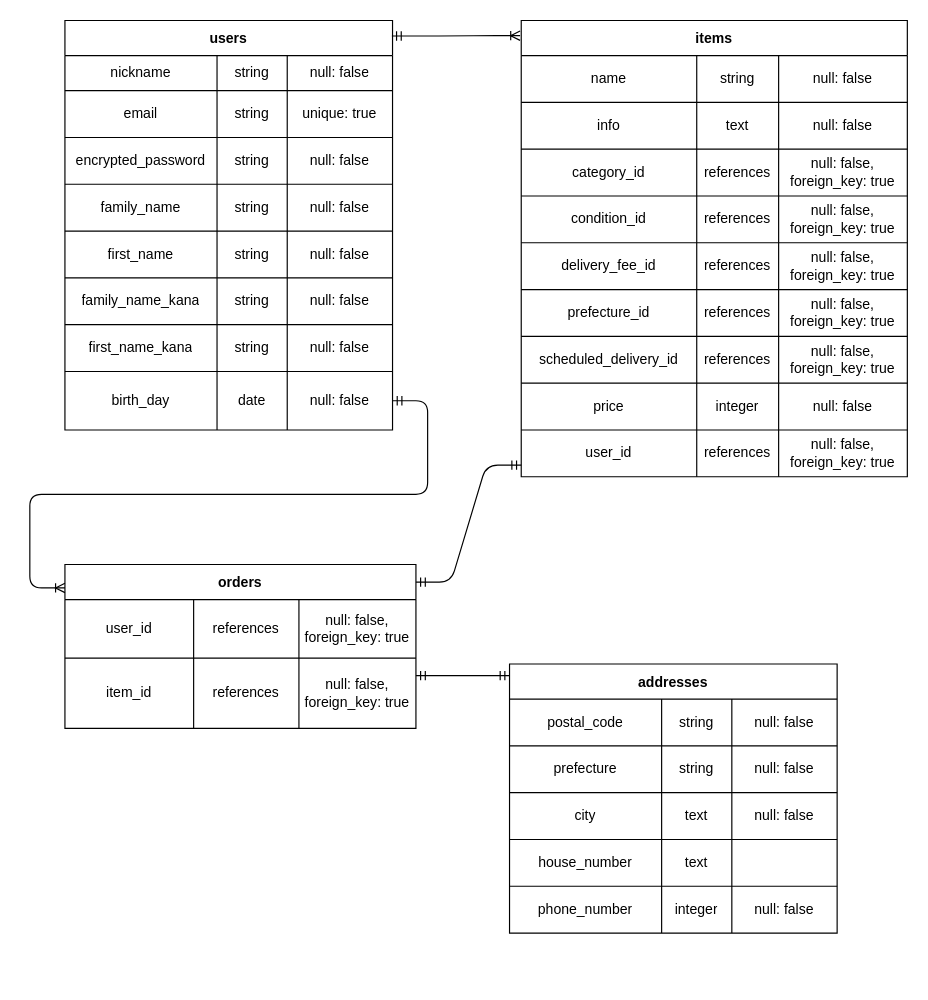
Before: furima.dio in shunpikun/furima-36852, a draw.io diagram. Source tidied: cells renumbered, new cells numbered last; positions are measured from the earlier drawing's top-left corner, leaving out a move shared by most shapes. Both pictures are drawn from the tidied source at 117%, with x=0, y=0 at pixel (64, 20).
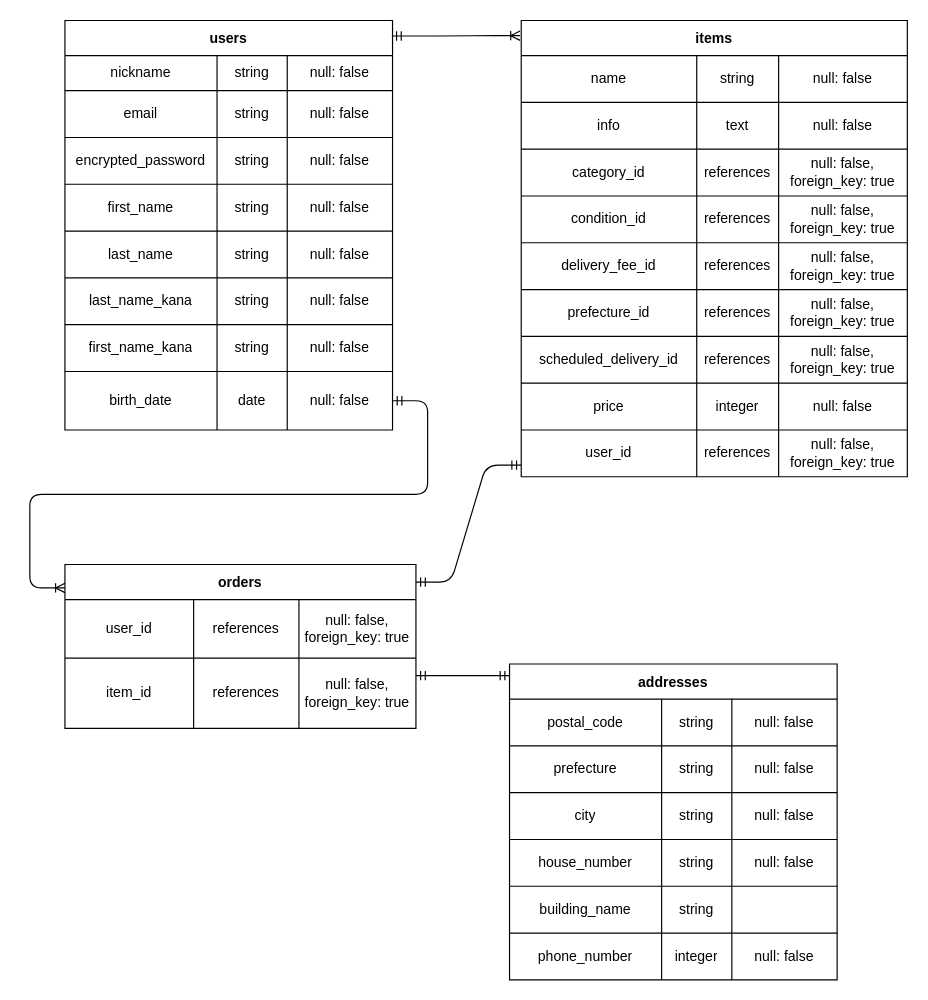
Above is the later version.

Unchanged cells that the change refers to:
```xml
<mxCell id="2" value="users" style="shape=table;startSize=30;childLayout=tableLayout;fontStyle=1;align=center;" parent="1" vertex="1">
  <mxGeometry width="280" height="350" as="geometry" />
</mxCell>
<mxCell id="7" style="shape=partialRectangle;html=1;whiteSpace=wrap;fillColor=none;top=0;left=0;bottom=0;right=0;" parent="2" vertex="1">
  <mxGeometry y="60" width="280" height="40" as="geometry" />
</mxCell>
<mxCell id="23" style="shape=partialRectangle;html=1;whiteSpace=wrap;fillColor=none;top=0;left=0;bottom=0;right=0;" parent="2" vertex="1">
  <mxGeometry y="220" width="280" height="40" as="geometry" />
</mxCell>
<mxCell id="31" style="shape=partialRectangle;html=1;whiteSpace=wrap;fillColor=none;top=0;left=0;bottom=0;right=0;points=[[0,0.5],[1,0.5]];portConstraint=eastwest;" parent="2" vertex="1">
  <mxGeometry y="300" width="280" height="50" as="geometry" />
</mxCell>
<mxCell id="82" style="shape=partialRectangle;html=1;whiteSpace=wrap;fillColor=none;top=0;left=0;bottom=0;right=0;" parent="73" vertex="1">
  <mxGeometry y="110" width="280" height="40" as="geometry" />
</mxCell>
<mxCell id="86" style="shape=partialRectangle;html=1;whiteSpace=wrap;fillColor=none;top=0;left=0;bottom=0;right=0;" parent="73" vertex="1">
  <mxGeometry y="150" width="280" height="40" as="geometry" />
</mxCell>
```

The edit, as a diff of the source:
```diff
@@
-    <mxCell id="10" value="unique: true" style="shape=partialRectangle;html=1;whiteSpace=wrap;fillColor=none;top=0;left=0;bottom=0;right=0;overflow=hidden;" parent="7" vertex="1">
+    <mxCell id="10" value="null: false" style="shape=partialRectangle;html=1;whiteSpace=wrap;fillColor=none;top=0;left=0;bottom=0;right=0;overflow=hidden;" parent="7" vertex="1">
       <mxGeometry x="190" width="90" height="40" as="geometry" />
     </mxCell>
@@
+    <mxCell id="19" style="shape=partialRectangle;html=1;whiteSpace=wrap;fillColor=none;top=0;left=0;bottom=0;right=0;" parent="2" vertex="1">
+      <mxGeometry y="140" width="280" height="40" as="geometry" />
+    </mxCell>
+    <mxCell id="20" value="first_name" style="shape=partialRectangle;html=1;whiteSpace=wrap;fillColor=none;top=0;left=0;bottom=0;right=0;overflow=hidden;" parent="19" vertex="1">
+      <mxGeometry width="130" height="40" as="geometry" />
+    </mxCell>
+    <mxCell id="21" value="string" style="shape=partialRectangle;html=1;whiteSpace=wrap;fillColor=none;top=0;left=0;bottom=0;right=0;overflow=hidden;" parent="19" vertex="1">
+      <mxGeometry x="130" width="60" height="40" as="geometry" />
+    </mxCell>
+    <mxCell id="22" value="null: false" style="shape=partialRectangle;html=1;whiteSpace=wrap;fillColor=none;top=0;left=0;bottom=0;right=0;overflow=hidden;" parent="19" vertex="1">
+      <mxGeometry x="190" width="90" height="40" as="geometry" />
+    </mxCell>
     <mxCell id="15" style="shape=partialRectangle;html=1;whiteSpace=wrap;fillColor=none;top=0;left=0;bottom=0;right=0;" parent="2" vertex="1">
-      <mxGeometry y="140" width="280" height="40" as="geometry" />
+      <mxGeometry y="180" width="280" height="40" as="geometry" />
     </mxCell>
-    <mxCell id="16" value="family_name" style="shape=partialRectangle;html=1;whiteSpace=wrap;fillColor=none;top=0;left=0;bottom=0;right=0;overflow=hidden;" parent="15" vertex="1">
+    <mxCell id="16" value="last_name" style="shape=partialRectangle;html=1;whiteSpace=wrap;fillColor=none;top=0;left=0;bottom=0;right=0;overflow=hidden;" parent="15" vertex="1">
       <mxGeometry width="130" height="40" as="geometry" />
     </mxCell>
@@
-    <mxCell id="19" style="shape=partialRectangle;html=1;whiteSpace=wrap;fillColor=none;top=0;left=0;bottom=0;right=0;" parent="2" vertex="1">
-      <mxGeometry y="180" width="280" height="40" as="geometry" />
-    </mxCell>
-    <mxCell id="20" value="first_name" style="shape=partialRectangle;html=1;whiteSpace=wrap;fillColor=none;top=0;left=0;bottom=0;right=0;overflow=hidden;" parent="19" vertex="1">
-      <mxGeometry width="130" height="40" as="geometry" />
-    </mxCell>
-    <mxCell id="21" value="string" style="shape=partialRectangle;html=1;whiteSpace=wrap;fillColor=none;top=0;left=0;bottom=0;right=0;overflow=hidden;" parent="19" vertex="1">
-      <mxGeometry x="130" width="60" height="40" as="geometry" />
-    </mxCell>
-    <mxCell id="22" value="null: false" style="shape=partialRectangle;html=1;whiteSpace=wrap;fillColor=none;top=0;left=0;bottom=0;right=0;overflow=hidden;" parent="19" vertex="1">
-      <mxGeometry x="190" width="90" height="40" as="geometry" />
-    </mxCell>
@@
-    <mxCell id="24" value="family_name_kana" style="shape=partialRectangle;html=1;whiteSpace=wrap;fillColor=none;top=0;left=0;bottom=0;right=0;overflow=hidden;" parent="23" vertex="1">
+    <mxCell id="24" value="last_name_kana" style="shape=partialRectangle;html=1;whiteSpace=wrap;fillColor=none;top=0;left=0;bottom=0;right=0;overflow=hidden;" parent="23" vertex="1">
       <mxGeometry width="130" height="40" as="geometry" />
     </mxCell>
@@
-    <mxCell id="32" value="birth_day" style="shape=partialRectangle;html=1;whiteSpace=wrap;fillColor=none;top=0;left=0;bottom=0;right=0;overflow=hidden;" parent="31" vertex="1">
+    <mxCell id="32" value="birth_date" style="shape=partialRectangle;html=1;whiteSpace=wrap;fillColor=none;top=0;left=0;bottom=0;right=0;overflow=hidden;" parent="31" vertex="1">
       <mxGeometry width="130" height="50" as="geometry" />
     </mxCell>
@@
     <mxCell id="73" value="addresses" style="shape=table;startSize=30;childLayout=tableLayout;fontStyle=1;align=center;" parent="1" vertex="1">
-      <mxGeometry x="380" y="550" width="280" height="230" as="geometry" />
+      <mxGeometry x="380" y="550" width="280" height="270" as="geometry" />
     </mxCell>
@@
-    <mxCell id="84" value="text" style="shape=partialRectangle;html=1;whiteSpace=wrap;fillColor=none;top=0;left=0;bottom=0;right=0;overflow=hidden;" parent="82" vertex="1">
+    <mxCell id="84" value="string" style="shape=partialRectangle;html=1;whiteSpace=wrap;fillColor=none;top=0;left=0;bottom=0;right=0;overflow=hidden;" parent="82" vertex="1">
       <mxGeometry x="130" width="60" height="40" as="geometry" />
     </mxCell>
@@
-    <mxCell id="88" value="text" style="shape=partialRectangle;html=1;whiteSpace=wrap;fillColor=none;top=0;left=0;bottom=0;right=0;overflow=hidden;" parent="86" vertex="1">
+    <mxCell id="88" value="string" style="shape=partialRectangle;html=1;whiteSpace=wrap;fillColor=none;top=0;left=0;bottom=0;right=0;overflow=hidden;" parent="86" vertex="1">
       <mxGeometry x="130" width="60" height="40" as="geometry" />
     </mxCell>
-    <mxCell id="89" style="shape=partialRectangle;html=1;whiteSpace=wrap;fillColor=none;top=0;left=0;bottom=0;right=0;overflow=hidden;" parent="86" vertex="1">
+    <mxCell id="89" value="null: false" style="shape=partialRectangle;html=1;whiteSpace=wrap;fillColor=none;top=0;left=0;bottom=0;right=0;overflow=hidden;" parent="86" vertex="1">
       <mxGeometry x="190" width="90" height="40" as="geometry" />
     </mxCell>
+    <mxCell id="106" style="shape=partialRectangle;html=1;whiteSpace=wrap;fillColor=none;top=0;left=0;bottom=0;right=0;" parent="73" vertex="1">
+      <mxGeometry y="190" width="280" height="40" as="geometry" />
+    </mxCell>
+    <mxCell id="107" value="building_name" style="shape=partialRectangle;html=1;whiteSpace=wrap;fillColor=none;top=0;left=0;bottom=0;right=0;overflow=hidden;" parent="106" vertex="1">
+      <mxGeometry width="130" height="40" as="geometry" />
+    </mxCell>
+    <mxCell id="108" value="string" style="shape=partialRectangle;html=1;whiteSpace=wrap;fillColor=none;top=0;left=0;bottom=0;right=0;overflow=hidden;" parent="106" vertex="1">
+      <mxGeometry x="130" width="60" height="40" as="geometry" />
+    </mxCell>
+    <mxCell id="109" style="shape=partialRectangle;html=1;whiteSpace=wrap;fillColor=none;top=0;left=0;bottom=0;right=0;overflow=hidden;" parent="106" vertex="1">
+      <mxGeometry x="190" width="90" height="40" as="geometry" />
+    </mxCell>
     <mxCell id="90" style="shape=partialRectangle;html=1;whiteSpace=wrap;fillColor=none;top=0;left=0;bottom=0;right=0;" parent="73" vertex="1">
-      <mxGeometry y="190" width="280" height="40" as="geometry" />
+      <mxGeometry y="230" width="280" height="40" as="geometry" />
     </mxCell>
```
